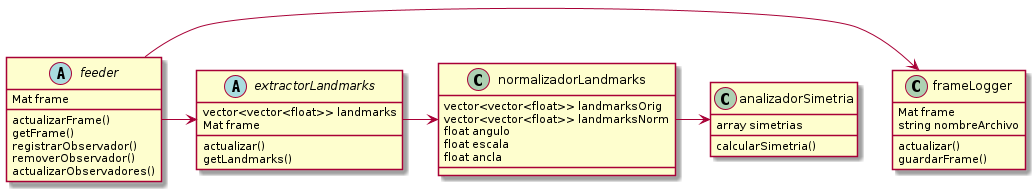
This is Diagrama/proyectoVision.png from agustinavila/ProyectoVision, a PlantUML export, as it was before one commit.
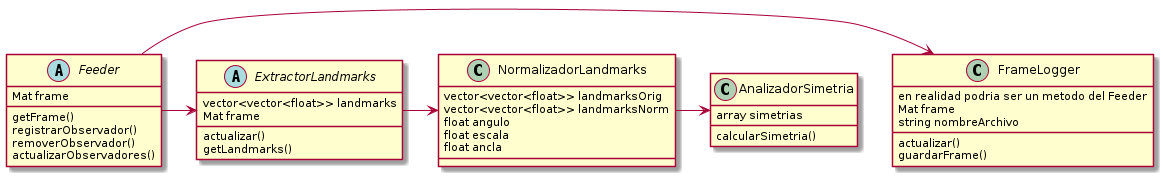
After the commit.

What changed in the source:
```diff
@@ -1,25 +1,26 @@
 @startuml proyectoVision
 
-abstract class feeder{
+abstract class Feeder{
+
 	Mat frame
-	actualizarFrame()
 	getFrame()
 	registrarObservador()
 	removerObservador()
 	actualizarObservadores()
 }
 
-class frameLogger{
+class FrameLogger{
+	en realidad podria ser un metodo del Feeder
 	Mat frame
 	string nombreArchivo
 	actualizar()
 	guardarFrame()
 }
-feeder -> frameLogger
+Feeder -> FrameLogger
 
-feeder->extractorLandmarks
+Feeder->ExtractorLandmarks
 
-abstract class extractorLandmarks{
+abstract class ExtractorLandmarks{
 
 	vector<vector<float>> landmarks
 	Mat frame
@@ -27,9 +28,9 @@
 	getLandmarks()
 }
 
-extractorLandmarks->normalizadorLandmarks
+ExtractorLandmarks->NormalizadorLandmarks
 
-class normalizadorLandmarks{
+class NormalizadorLandmarks{
 	vector<vector<float>> landmarksOrig
 	vector<vector<float>> landmarksNorm
 	float angulo
@@ -37,11 +38,11 @@
 	float ancla
 }
 
-class analizadorSimetria{
+class AnalizadorSimetria{
 array simetrias
 calcularSimetria()
 }
 
-normalizadorLandmarks -> analizadorSimetria
+NormalizadorLandmarks -> AnalizadorSimetria
 
 @enduml
```
